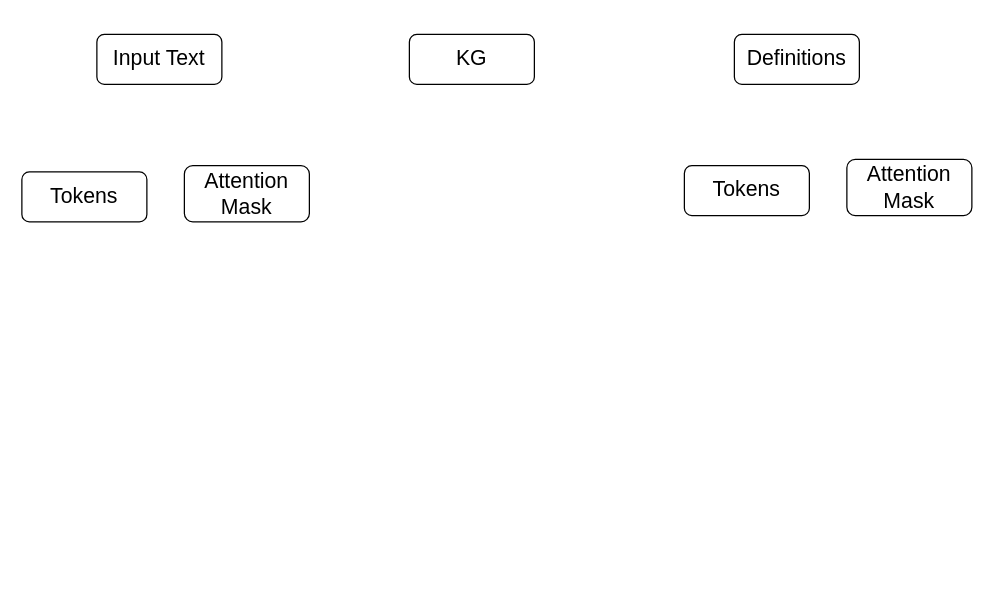
This is Dataloader.drawio from yoviny/DrawIO, a draw.io file, before an edit. Source tidied: cells renumbered, new cells numbered last; positions are measured from the earlier drawing's top-left corner, leaving out a move shared by most shapes. Both pictures are drawn from the tidied source at 125%, with x=0, y=0 at pixel (21, 34).
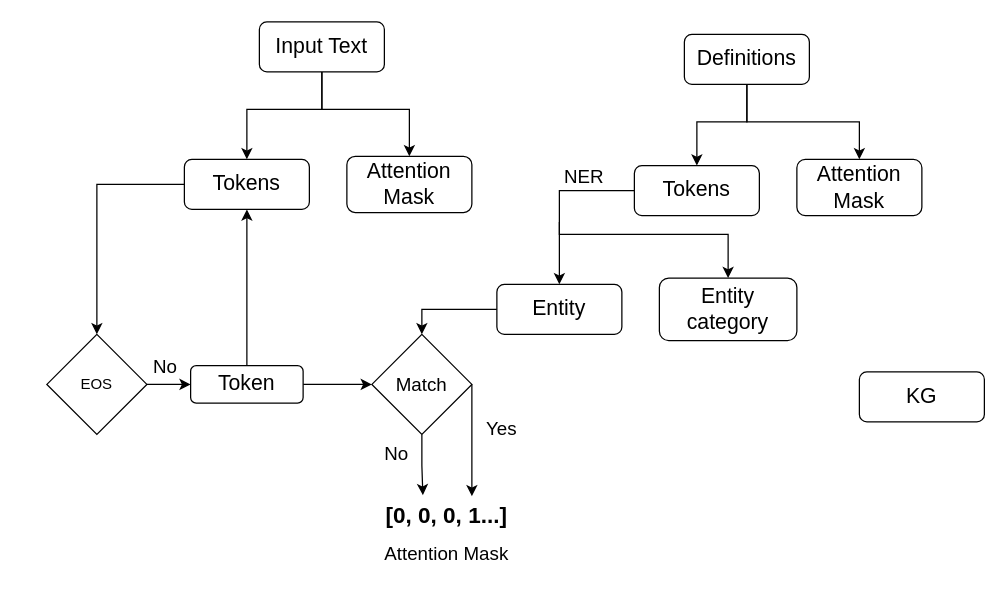
The same page after the edit.

Change to the diagram source:
```diff
@@
+    <mxCell id="9" style="edgeStyle=orthogonalEdgeStyle;rounded=0;jettySize=auto;html=1;exitX=0.5;exitY=1;exitDx=0;exitDy=0;entryX=0.5;entryY=0;entryDx=0;entryDy=0;" parent="1" edge="1" source="2" target="5">
+      <mxGeometry relative="1" as="geometry">
+        <Array as="points">
+          <mxPoint x="240" y="60" />
+          <mxPoint x="180" y="60" />
+        </Array>
+      </mxGeometry>
+    </mxCell>
+    <mxCell id="10" style="edgeStyle=orthogonalEdgeStyle;rounded=0;jettySize=auto;html=1;entryX=0.5;entryY=0;entryDx=0;entryDy=0;" parent="1" edge="1" source="2" target="6">
+      <mxGeometry relative="1" as="geometry">
+        <Array as="points">
+          <mxPoint x="240" y="60" />
+          <mxPoint x="310" y="60" />
+        </Array>
+      </mxGeometry>
+    </mxCell>
     <mxCell id="2" value="&lt;font style=&quot;font-size: 17px;&quot;&gt;Input Text&lt;/font&gt;" style="rounded=1;whiteSpace=wrap;html=1;" parent="1" vertex="1">
-      <mxGeometry x="60" width="100" height="40" as="geometry" />
+      <mxGeometry x="190" y="-10" width="100" height="40" as="geometry" />
     </mxCell>
     <mxCell id="3" value="&lt;font style=&quot;font-size: 17px;&quot;&gt;KG&lt;/font&gt;" style="rounded=1;whiteSpace=wrap;html=1;" parent="1" vertex="1">
-      <mxGeometry x="310" width="100" height="40" as="geometry" />
+      <mxGeometry x="670" y="270" width="100" height="40" as="geometry" />
     </mxCell>
+    <mxCell id="11" style="edgeStyle=orthogonalEdgeStyle;rounded=0;jettySize=auto;html=1;entryX=0.5;entryY=0;entryDx=0;entryDy=0;" parent="1" edge="1" source="4" target="7">
+      <mxGeometry relative="1" as="geometry">
+        <Array as="points">
+          <mxPoint x="580" y="70" />
+          <mxPoint x="540" y="70" />
+        </Array>
+      </mxGeometry>
+    </mxCell>
+    <mxCell id="12" style="edgeStyle=orthogonalEdgeStyle;rounded=0;jettySize=auto;html=1;" parent="1" edge="1" source="4" target="8">
+      <mxGeometry relative="1" as="geometry" />
+    </mxCell>
     <mxCell id="4" value="&lt;font style=&quot;font-size: 17px;&quot;&gt;Definitions&lt;/font&gt;" style="rounded=1;whiteSpace=wrap;html=1;" parent="1" vertex="1">
-      <mxGeometry x="570" width="100" height="40" as="geometry" />
+      <mxGeometry x="530" width="100" height="40" as="geometry" />
     </mxCell>
+    <mxCell id="13" style="edgeStyle=orthogonalEdgeStyle;rounded=0;jettySize=auto;html=1;entryX=0.5;entryY=0;entryDx=0;entryDy=0;exitX=0;exitY=0.5;exitDx=0;exitDy=0;" parent="1" edge="1" source="5" target="17">
+      <mxGeometry relative="1" as="geometry">
+        <Array as="points">
+          <mxPoint x="60" y="120" />
+        </Array>
+      </mxGeometry>
+    </mxCell>
     <mxCell id="5" value="&lt;font style=&quot;font-size: 17px;&quot;&gt;Tokens&lt;/font&gt;" style="rounded=1;whiteSpace=wrap;html=1;" parent="1" vertex="1">
-      <mxGeometry y="110" width="100" height="40" as="geometry" />
+      <mxGeometry x="130" y="100" width="100" height="40" as="geometry" />
     </mxCell>
     <mxCell id="6" value="&lt;font style=&quot;font-size: 17px;&quot;&gt;Attention Mask&lt;br&gt;&lt;/font&gt;" style="rounded=1;whiteSpace=wrap;html=1;" parent="1" vertex="1">
-      <mxGeometry x="130" y="105" width="100" height="45" as="geometry" />
+      <mxGeometry x="260" y="97.5" width="100" height="45" as="geometry" />
     </mxCell>
+    <mxCell id="14" style="edgeStyle=orthogonalEdgeStyle;rounded=0;jettySize=auto;html=1;fontSize=15;" parent="1" edge="1" source="7" target="24">
+      <mxGeometry relative="1" as="geometry" />
+    </mxCell>
+    <mxCell id="15" style="edgeStyle=orthogonalEdgeStyle;rounded=0;jettySize=auto;html=1;entryX=0.5;entryY=0;entryDx=0;entryDy=0;fontSize=15;" parent="1" edge="1" target="22">
+      <mxGeometry relative="1" as="geometry">
+        <mxPoint x="430" y="150" as="sourcePoint" />
+        <Array as="points">
+          <mxPoint x="430" y="160" />
+          <mxPoint x="565" y="160" />
+        </Array>
+      </mxGeometry>
+    </mxCell>
     <mxCell id="7" value="&lt;font style=&quot;font-size: 17px;&quot;&gt;Tokens&lt;/font&gt;" style="rounded=1;whiteSpace=wrap;html=1;" parent="1" vertex="1">
-      <mxGeometry x="530" y="105" width="100" height="40" as="geometry" />
+      <mxGeometry x="490" y="105" width="100" height="40" as="geometry" />
     </mxCell>
     <mxCell id="8" value="&lt;font style=&quot;font-size: 17px;&quot;&gt;Attention Mask&lt;br&gt;&lt;/font&gt;" style="rounded=1;whiteSpace=wrap;html=1;" parent="1" vertex="1">
-      <mxGeometry x="660" y="100" width="100" height="45" as="geometry" />
+      <mxGeometry x="620" y="100" width="100" height="45" as="geometry" />
     </mxCell>
+    <mxCell id="16" style="edgeStyle=orthogonalEdgeStyle;rounded=0;jettySize=auto;html=1;exitX=1;exitY=0.5;exitDx=0;exitDy=0;" parent="1" edge="1" source="17" target="21">
+      <mxGeometry relative="1" as="geometry" />
+    </mxCell>
+    <mxCell id="17" value="EOS" style="rhombus;whiteSpace=wrap;html=1;" parent="1" vertex="1">
+      <mxGeometry x="20" y="240" width="80" height="80" as="geometry" />
+    </mxCell>
+    <mxCell id="18" value="&lt;font style=&quot;font-size: 15px;&quot;&gt;No&lt;/font&gt;" style="text;html=1;strokeColor=none;fillColor=none;align=center;verticalAlign=middle;whiteSpace=wrap;rounded=0;" parent="1" vertex="1">
+      <mxGeometry x="95" y="250" width="40" height="30" as="geometry" />
+    </mxCell>
+    <mxCell id="19" style="edgeStyle=orthogonalEdgeStyle;rounded=0;jettySize=auto;html=1;entryX=0.5;entryY=1;entryDx=0;entryDy=0;fontSize=15;" parent="1" edge="1" source="21" target="5">
+      <mxGeometry relative="1" as="geometry" />
+    </mxCell>
+    <mxCell id="20" style="edgeStyle=orthogonalEdgeStyle;rounded=0;jettySize=auto;html=1;entryX=0;entryY=0.5;entryDx=0;entryDy=0;fontSize=15;" parent="1" edge="1" source="21" target="27">
+      <mxGeometry relative="1" as="geometry" />
+    </mxCell>
+    <mxCell id="21" value="&lt;font style=&quot;font-size: 17px;&quot;&gt;Token&lt;/font&gt;" style="rounded=1;whiteSpace=wrap;html=1;" parent="1" vertex="1">
+      <mxGeometry x="135" y="265" width="90" height="30" as="geometry" />
+    </mxCell>
+    <mxCell id="22" value="&lt;font style=&quot;font-size: 17px;&quot;&gt;Entity category&lt;/font&gt;" style="rounded=1;whiteSpace=wrap;html=1;" parent="1" vertex="1">
+      <mxGeometry x="510" y="195" width="110" height="50" as="geometry" />
+    </mxCell>
+    <mxCell id="23" style="edgeStyle=orthogonalEdgeStyle;rounded=0;jettySize=auto;html=1;entryX=0.5;entryY=0;entryDx=0;entryDy=0;fontSize=15;" parent="1" edge="1" source="24" target="27">
+      <mxGeometry relative="1" as="geometry" />
+    </mxCell>
+    <mxCell id="24" value="&lt;span style=&quot;font-size: 17px;&quot;&gt;Entity&lt;/span&gt;" style="rounded=1;whiteSpace=wrap;html=1;" parent="1" vertex="1">
+      <mxGeometry x="380" y="200" width="100" height="40" as="geometry" />
+    </mxCell>
+    <mxCell id="25" style="edgeStyle=orthogonalEdgeStyle;rounded=0;jettySize=auto;html=1;entryX=0.7;entryY=-0.017;entryDx=0;entryDy=0;entryPerimeter=0;fontSize=18;" parent="1" edge="1" source="27" target="29">
+      <mxGeometry relative="1" as="geometry">
+        <Array as="points">
+          <mxPoint x="360" y="280" />
+          <mxPoint x="360" y="280" />
+        </Array>
+      </mxGeometry>
+    </mxCell>
+    <mxCell id="26" style="edgeStyle=orthogonalEdgeStyle;rounded=0;jettySize=auto;html=1;entryX=0.308;entryY=-0.044;entryDx=0;entryDy=0;entryPerimeter=0;fontSize=18;" parent="1" edge="1" source="27" target="29">
+      <mxGeometry relative="1" as="geometry" />
+    </mxCell>
+    <mxCell id="27" value="Match" style="rhombus;whiteSpace=wrap;html=1;fontSize=15;" parent="1" vertex="1">
+      <mxGeometry x="280" y="240" width="80" height="80" as="geometry" />
+    </mxCell>
+    <mxCell id="28" value="Yes" style="text;html=1;strokeColor=none;fillColor=none;align=center;verticalAlign=middle;whiteSpace=wrap;rounded=0;fontSize=15;" parent="1" vertex="1">
+      <mxGeometry x="353.5" y="300" width="60" height="30" as="geometry" />
+    </mxCell>
+    <mxCell id="29" value="&lt;b&gt;&lt;font style=&quot;font-size: 18px;&quot;&gt;[0, 0, 0, 1...]&lt;/font&gt;&lt;/b&gt;" style="text;html=1;strokeColor=none;fillColor=none;align=center;verticalAlign=middle;whiteSpace=wrap;rounded=0;fontSize=15;" parent="1" vertex="1">
+      <mxGeometry x="290" y="370" width="100" height="30" as="geometry" />
+    </mxCell>
+    <mxCell id="30" value="No" style="text;html=1;strokeColor=none;fillColor=none;align=center;verticalAlign=middle;whiteSpace=wrap;rounded=0;fontSize=15;" parent="1" vertex="1">
+      <mxGeometry x="270" y="320" width="60" height="30" as="geometry" />
+    </mxCell>
+    <mxCell id="31" value="Attention Mask" style="text;html=1;strokeColor=none;fillColor=none;align=center;verticalAlign=middle;whiteSpace=wrap;rounded=0;fontSize=15;" parent="1" vertex="1">
+      <mxGeometry x="285" y="400" width="110" height="30" as="geometry" />
+    </mxCell>
+    <mxCell id="32" value="NER" style="text;html=1;strokeColor=none;fillColor=none;align=center;verticalAlign=middle;whiteSpace=wrap;rounded=0;fontSize=15;" parent="1" vertex="1">
+      <mxGeometry x="420" y="97.5" width="60" height="30" as="geometry" />
+    </mxCell>
```
